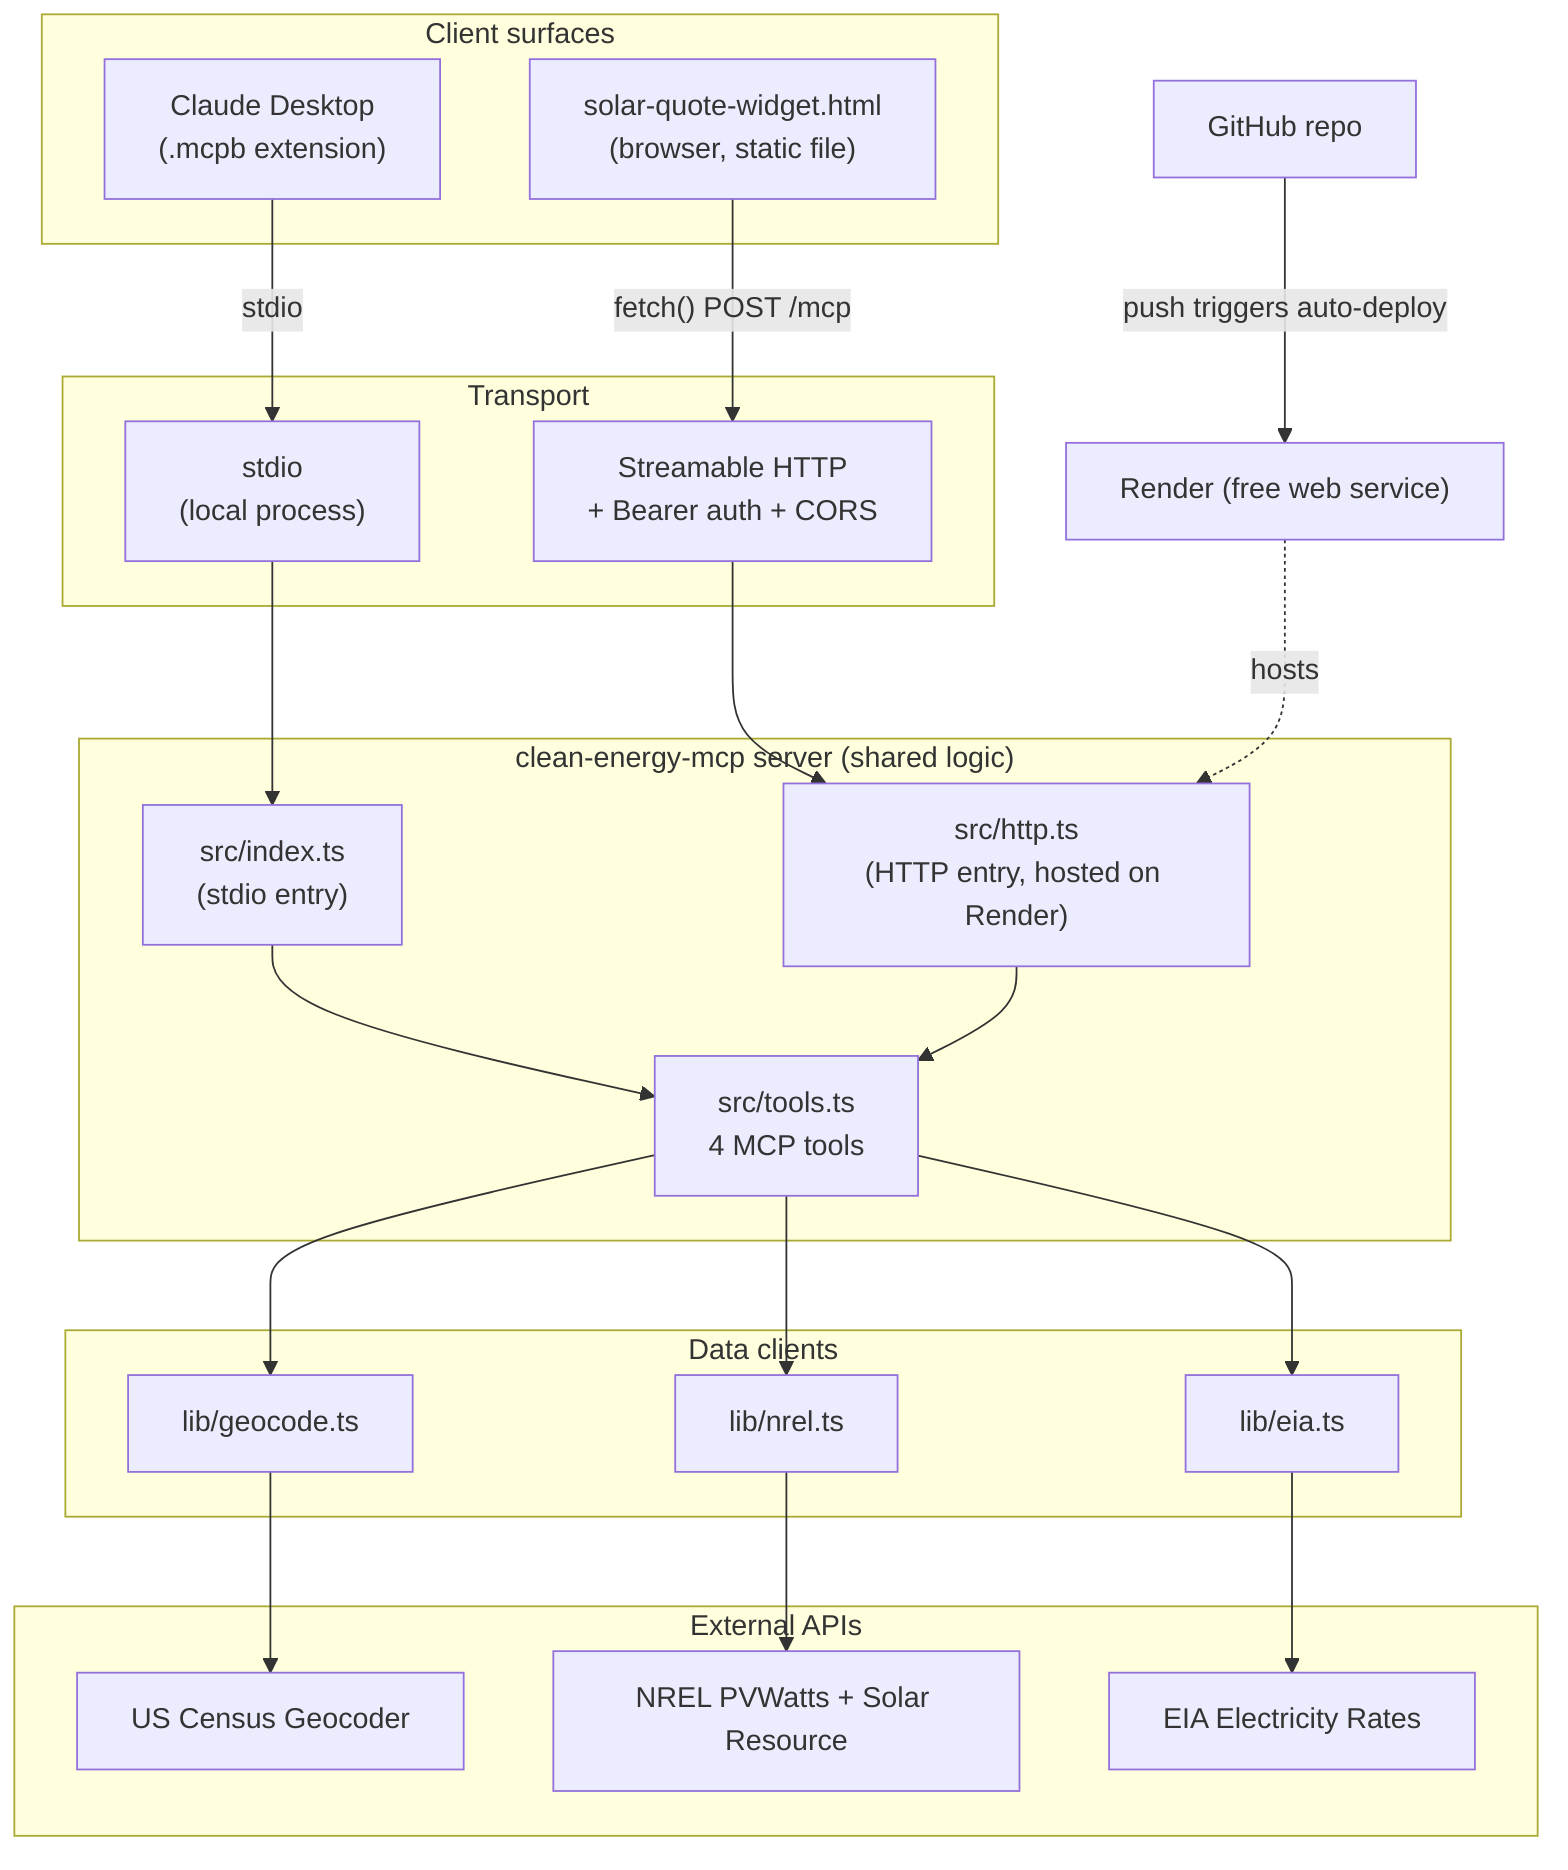
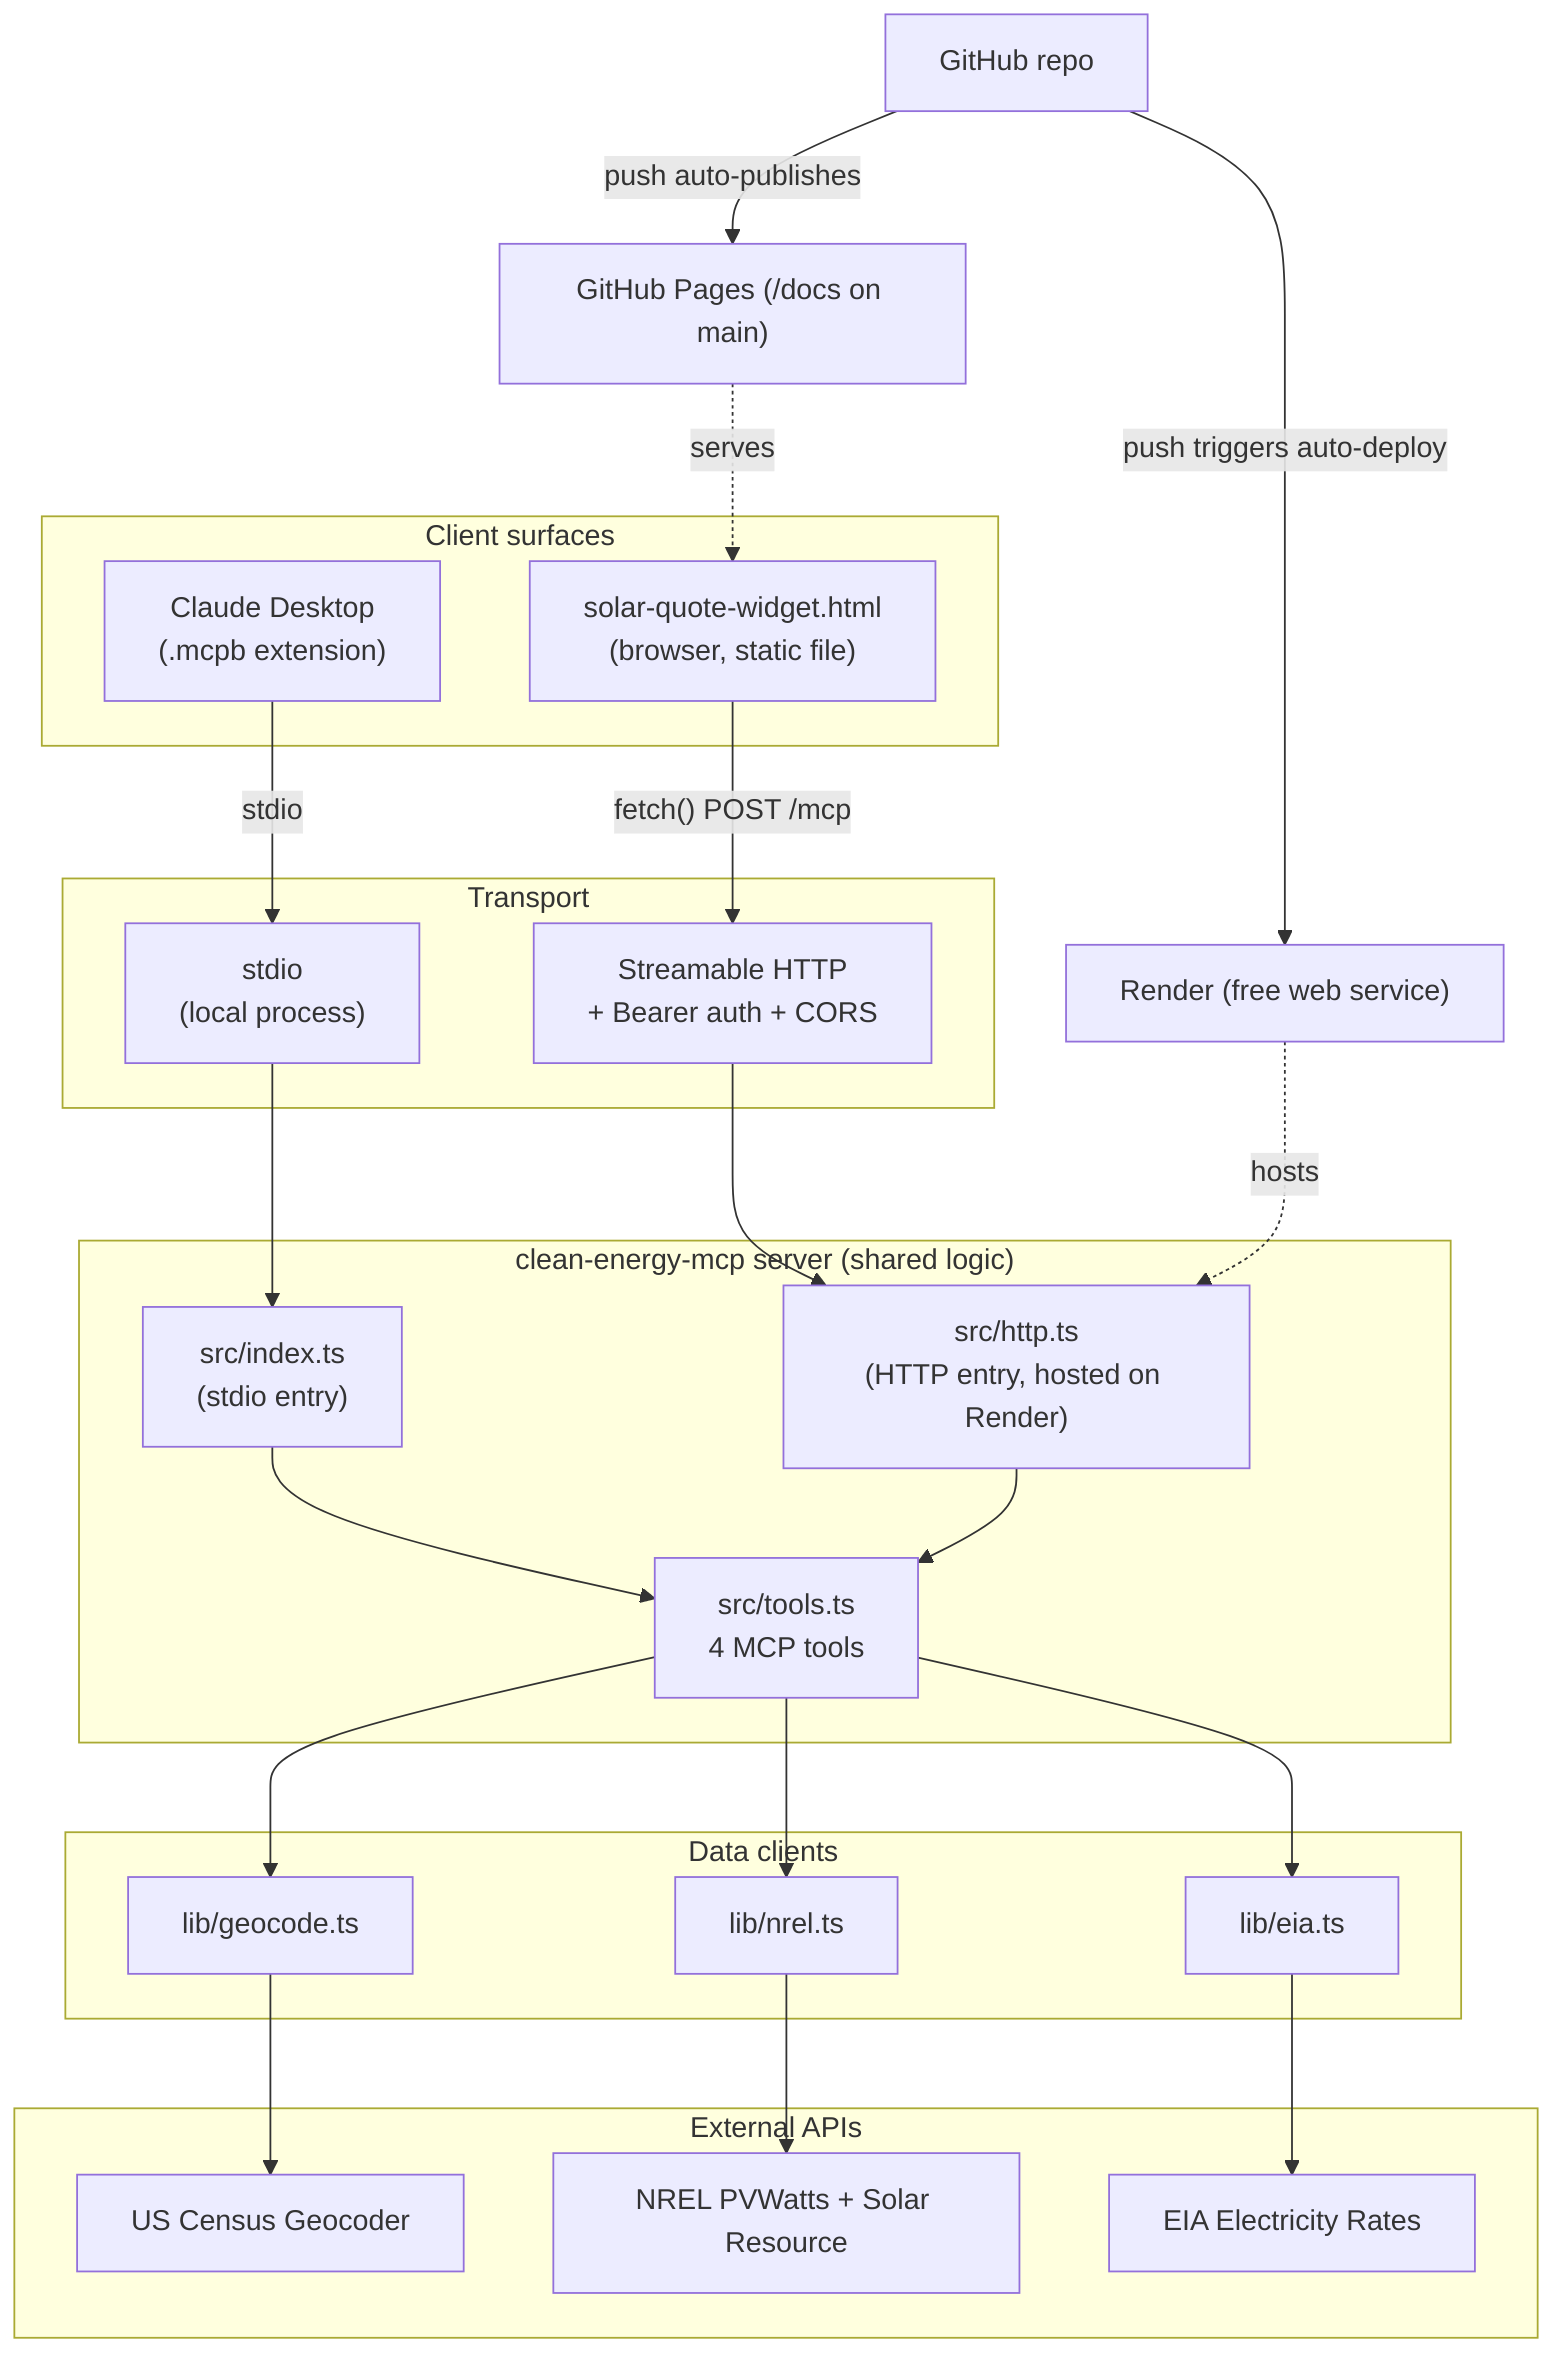
flowchart TB
    subgraph client["Client surfaces"]
        Desktop["Claude Desktop<br/>(.mcpb extension)"]
        Widget["solar-quote-widget.html<br/>(browser, static file)"]
    end

    subgraph transport["Transport"]
        Stdio["stdio<br/>(local process)"]
        HTTP["Streamable HTTP<br/>+ Bearer auth + CORS"]
    end

    subgraph server["clean-energy-mcp server (shared logic)"]
        Index["src/index.ts<br/>(stdio entry)"]
        HttpEntry["src/http.ts<br/>(HTTP entry, hosted on Render)"]
        Tools["src/tools.ts<br/>4 MCP tools"]
    end

    subgraph libs["Data clients"]
        Geo["lib/geocode.ts"]
        Nrel["lib/nrel.ts"]
        Eia["lib/eia.ts"]
    end

    subgraph apis["External APIs"]
        Census["US Census Geocoder"]
        PVWatts["NREL PVWatts + Solar Resource"]
        EIA["EIA Electricity Rates"]
    end

    Desktop -->|stdio| Stdio --> Index
    Widget -->|"fetch() POST /mcp"| HTTP --> HttpEntry
    Index --> Tools
    HttpEntry --> Tools
    Tools --> Geo --> Census
    Tools --> Nrel --> PVWatts
    Tools --> Eia --> EIA

    GitHub["GitHub repo"] -->|push triggers auto-deploy| Render["Render (free web service)"]
+     GitHub -->|push auto-publishes| Pages["GitHub Pages (/docs on main)"]
    Render -.hosts.-> HttpEntry
+     Pages -.serves.-> Widget
